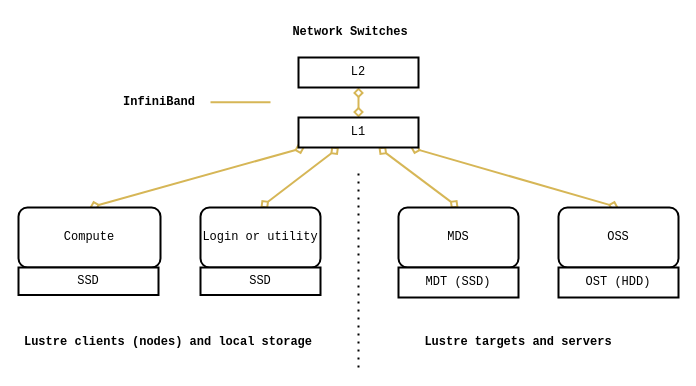
Before: content/figures/puhti-hardware.drawio in jaantollander/masters-thesis, a draw.io diagram. Source tidied: cells renumbered, new cells numbered last; positions are measured from the earlier drawing's top-left corner, leaving out a move shared by most shapes. Both pictures are drawn from the tidied source at 100%, with x=0, y=0 at pixel (18, 17).
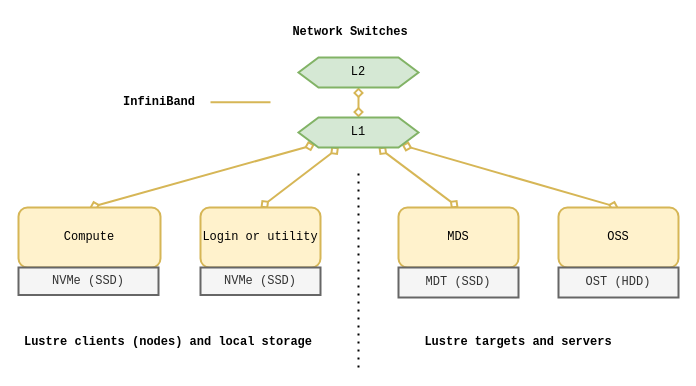
The same page after the edit.

What changed in the source:
```diff
@@
-    <mxCell id="3" value="Compute" style="rounded=1;whiteSpace=wrap;html=1;strokeWidth=2;fontFamily=Courier New;" parent="1" vertex="1">
+    <mxCell id="3" value="Compute" style="rounded=1;whiteSpace=wrap;html=1;strokeWidth=2;fontFamily=Courier New;fillColor=#fff2cc;strokeColor=#d6b656;" parent="1" vertex="1">
       <mxGeometry y="190" width="142" height="60" as="geometry" />
     </mxCell>
@@
-    <mxCell id="5" value="Login or utility" style="rounded=1;whiteSpace=wrap;html=1;strokeWidth=2;fontFamily=Courier New;" parent="1" vertex="1">
+    <mxCell id="5" value="Login or utility" style="rounded=1;whiteSpace=wrap;html=1;strokeWidth=2;fontFamily=Courier New;fillColor=#fff2cc;strokeColor=#d6b656;" parent="1" vertex="1">
       <mxGeometry x="182" y="190" width="120" height="60" as="geometry" />
     </mxCell>
@@
-    <mxCell id="7" value="MDS" style="rounded=1;whiteSpace=wrap;html=1;strokeWidth=2;fontFamily=Courier New;" parent="1" vertex="1">
+    <mxCell id="7" value="MDS" style="rounded=1;whiteSpace=wrap;html=1;strokeWidth=2;fontFamily=Courier New;fillColor=#fff2cc;strokeColor=#d6b656;" parent="1" vertex="1">
       <mxGeometry x="380" y="190" width="120" height="60" as="geometry" />
     </mxCell>
@@
-    <mxCell id="9" value="OSS" style="rounded=1;whiteSpace=wrap;html=1;strokeWidth=2;fontFamily=Courier New;" parent="1" vertex="1">
+    <mxCell id="9" value="OSS" style="rounded=1;whiteSpace=wrap;html=1;strokeWidth=2;fontFamily=Courier New;fillColor=#fff2cc;strokeColor=#d6b656;" parent="1" vertex="1">
       <mxGeometry x="540" y="190" width="120" height="60" as="geometry" />
     </mxCell>
@@
-    <mxCell id="11" value="&lt;div&gt;L1&lt;/div&gt;" style="rounded=0;whiteSpace=wrap;html=1;fontFamily=Courier New;fontSize=12;fontColor=default;align=center;strokeColor=default;strokeWidth=2;fillColor=default;" parent="1" vertex="1">
+    <mxCell id="11" value="&lt;div&gt;L1&lt;/div&gt;" style="shape=hexagon;perimeter=hexagonPerimeter2;whiteSpace=wrap;html=1;fixedSize=1;fontFamily=Courier New;fontSize=12;align=center;strokeColor=#82b366;strokeWidth=2;fillColor=#d5e8d4;" parent="1" vertex="1">
       <mxGeometry x="280" y="100" width="120" height="30" as="geometry" />
     </mxCell>
-    <mxCell id="12" value="MDT (SSD)" style="rounded=0;whiteSpace=wrap;html=1;fontFamily=Courier New;fontSize=12;fontColor=default;align=center;strokeColor=default;strokeWidth=2;fillColor=default;" parent="1" vertex="1">
+    <mxCell id="12" value="MDT (SSD)" style="rounded=0;whiteSpace=wrap;html=1;fontFamily=Courier New;fontSize=12;align=center;strokeColor=#666666;strokeWidth=2;fillColor=#f5f5f5;fontColor=#333333;" parent="1" vertex="1">
       <mxGeometry x="380" y="250" width="120" height="30" as="geometry" />
     </mxCell>
-    <mxCell id="13" value="OST (HDD)" style="rounded=0;whiteSpace=wrap;html=1;fontFamily=Courier New;fontSize=12;fontColor=default;align=center;strokeColor=default;strokeWidth=2;fillColor=default;" parent="1" vertex="1">
+    <mxCell id="13" value="OST (HDD)" style="rounded=0;whiteSpace=wrap;html=1;fontFamily=Courier New;fontSize=12;align=center;strokeColor=#666666;strokeWidth=2;fillColor=#f5f5f5;fontColor=#333333;" parent="1" vertex="1">
       <mxGeometry x="540" y="250" width="120" height="30" as="geometry" />
     </mxCell>
@@
-    <mxCell id="16" value="L2" style="rounded=0;whiteSpace=wrap;html=1;fontFamily=Courier New;fontSize=12;fontColor=default;align=center;strokeColor=default;strokeWidth=2;fillColor=default;" parent="1" vertex="1">
+    <mxCell id="16" value="L2" style="shape=hexagon;perimeter=hexagonPerimeter2;whiteSpace=wrap;html=1;fixedSize=1;fontFamily=Courier New;fontSize=12;align=center;strokeColor=#82b366;strokeWidth=2;fillColor=#d5e8d4;" parent="1" vertex="1">
       <mxGeometry x="280" y="40" width="120" height="30" as="geometry" />
     </mxCell>
@@
-    <mxCell id="20" value="SSD" style="rounded=0;whiteSpace=wrap;html=1;fontFamily=Courier New;fontSize=12;fontColor=default;align=center;strokeColor=default;strokeWidth=2;fillColor=default;" parent="1" vertex="1">
+    <mxCell id="20" value="NVMe (SSD)" style="rounded=0;whiteSpace=wrap;html=1;fontFamily=Courier New;fontSize=12;align=center;strokeColor=#666666;strokeWidth=2;fillColor=#f5f5f5;fontColor=#333333;" parent="1" vertex="1">
       <mxGeometry x="182" y="250" width="120" height="27.5" as="geometry" />
     </mxCell>
-    <mxCell id="21" value="SSD" style="rounded=0;whiteSpace=wrap;html=1;fontFamily=Courier New;fontSize=12;fontColor=default;align=center;strokeColor=default;strokeWidth=2;fillColor=default;" parent="1" vertex="1">
+    <mxCell id="21" value="NVMe (SSD)" style="rounded=0;whiteSpace=wrap;html=1;fontFamily=Courier New;fontSize=12;align=center;strokeColor=#666666;strokeWidth=2;fillColor=#f5f5f5;fontColor=#333333;" parent="1" vertex="1">
       <mxGeometry y="250" width="140" height="27.5" as="geometry" />
     </mxCell>
```
